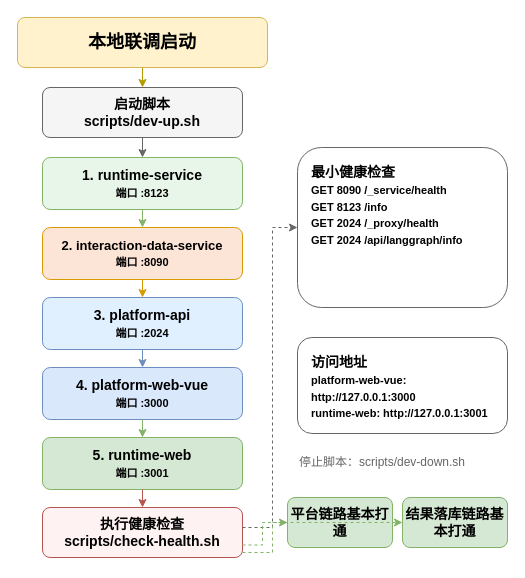
Before: docs/diagrams/local-dev-startup-flow.zh.drawio in ljxpython/ai-agent-platform, a draw.io diagram. Source tidied: cells renumbered, new cells numbered last; positions are measured from the earlier drawing's top-left corner, leaving out a move shared by most shapes. Both pictures are drawn from the tidied source at 100%, with x=0, y=0 at pixel (17, 17).
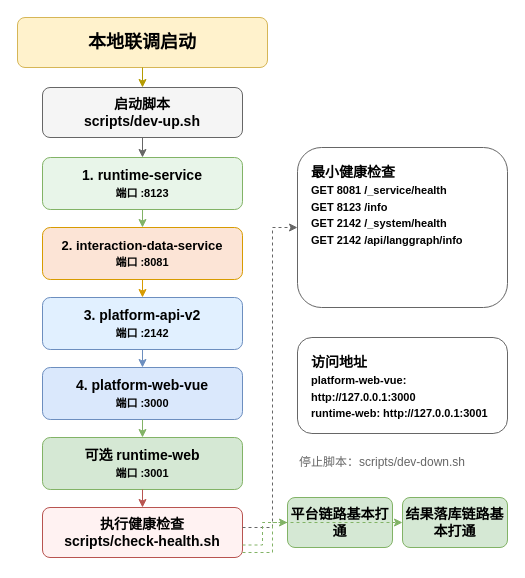
The same page after the edit.

The edit, as a diff of the source:
```diff
@@
-    <mxCell id="5" value="2. interaction-data-service&lt;br/&gt;&lt;font style=&quot;font-size:11px;&quot;&gt;端口 :8090&lt;/font&gt;" style="rounded=1;whiteSpace=wrap;html=1;fillColor=#FCE4D6;strokeColor=#D79B00;fontSize=13;fontStyle=1;align=center;verticalAlign=middle;" parent="1" vertex="1">
+    <mxCell id="5" value="2. interaction-data-service&lt;br/&gt;&lt;font style=&quot;font-size:11px;&quot;&gt;端口 :8081&lt;/font&gt;" style="rounded=1;whiteSpace=wrap;html=1;fillColor=#FCE4D6;strokeColor=#D79B00;fontSize=13;fontStyle=1;align=center;verticalAlign=middle;" parent="1" vertex="1">
       <mxGeometry x="25" y="210" width="200" height="52" as="geometry" />
     </mxCell>
-    <mxCell id="6" value="3. platform-api&lt;br/&gt;&lt;font style=&quot;font-size:11px;&quot;&gt;端口 :2024&lt;/font&gt;" style="rounded=1;whiteSpace=wrap;html=1;fillColor=#E1F0FF;strokeColor=#6C8EBF;fontSize=14;fontStyle=1;align=center;verticalAlign=middle;" parent="1" vertex="1">
+    <mxCell id="6" value="3. platform-api-v2&lt;br/&gt;&lt;font style=&quot;font-size:11px;&quot;&gt;端口 :2142&lt;/font&gt;" style="rounded=1;whiteSpace=wrap;html=1;fillColor=#E1F0FF;strokeColor=#6C8EBF;fontSize=14;fontStyle=1;align=center;verticalAlign=middle;" parent="1" vertex="1">
       <mxGeometry x="25" y="280" width="200" height="52" as="geometry" />
     </mxCell>
@@
-    <mxCell id="8" value="5. runtime-web&lt;br/&gt;&lt;font style=&quot;font-size:11px;&quot;&gt;端口 :3001&lt;/font&gt;" style="rounded=1;whiteSpace=wrap;html=1;fillColor=#D5E8D4;strokeColor=#82B366;fontSize=14;fontStyle=1;align=center;verticalAlign=middle;" parent="1" vertex="1">
+    <mxCell id="8" value="可选 runtime-web&lt;br/&gt;&lt;font style=&quot;font-size:11px;&quot;&gt;端口 :3001&lt;/font&gt;" style="rounded=1;whiteSpace=wrap;html=1;fillColor=#D5E8D4;strokeColor=#82B366;fontSize=14;fontStyle=1;align=center;verticalAlign=middle;" parent="1" vertex="1">
       <mxGeometry x="25" y="420" width="200" height="52" as="geometry" />
     </mxCell>
@@
-    <mxCell id="10" value="最小健康检查&lt;br/&gt;&lt;font style=&quot;font-size:11px;&quot;&gt;GET 8090 /_service/health&lt;br/&gt;GET 8123 /info&lt;br/&gt;GET 2024 /_proxy/health&lt;br/&gt;GET 2024 /api/langgraph/info&lt;/font&gt;" style="rounded=1;whiteSpace=wrap;html=1;fillColor=#FFFFFF;strokeColor=#666666;fontSize=14;fontStyle=1;align=left;spacingLeft=12;spacingTop=10;verticalAlign=top;" parent="1" vertex="1">
+    <mxCell id="10" value="最小健康检查&lt;br/&gt;&lt;font style=&quot;font-size:11px;&quot;&gt;GET 8081 /_service/health&lt;br/&gt;GET 8123 /info&lt;br/&gt;GET 2142 /_system/health&lt;br/&gt;GET 2142 /api/langgraph/info&lt;/font&gt;" style="rounded=1;whiteSpace=wrap;html=1;fillColor=#FFFFFF;strokeColor=#666666;fontSize=14;fontStyle=1;align=left;spacingLeft=12;spacingTop=10;verticalAlign=top;" parent="1" vertex="1">
       <mxGeometry x="280" y="130" width="210" height="160" as="geometry" />
     </mxCell>
```
